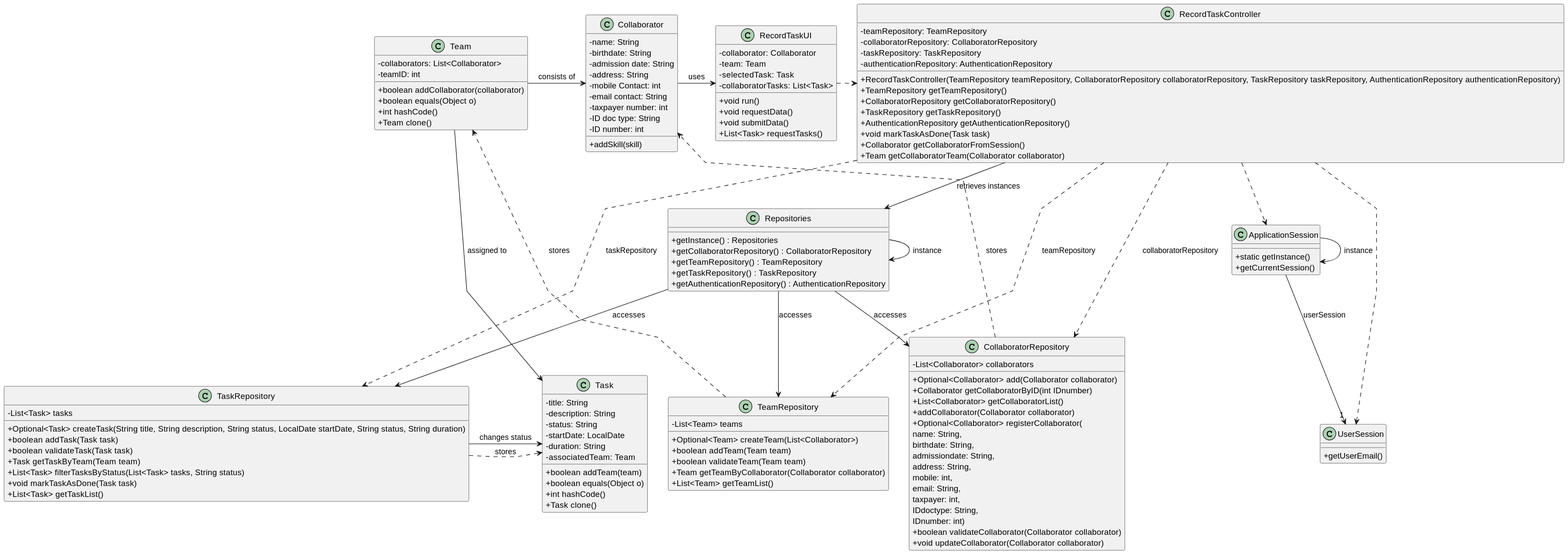
The PlantUML diagram docs/sprint3/us029/03.design/svg/us029-class-diagram.svg in tiagosoa/lei-24-s2-1dgh-g073, before a commit.
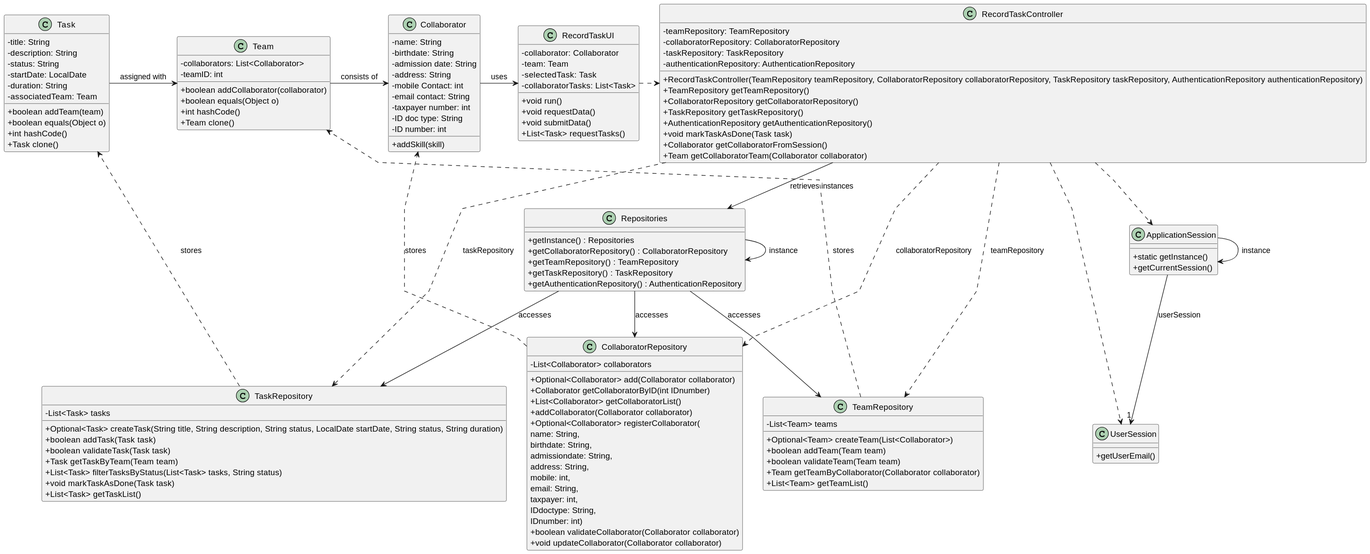
Later version of the same file.

Change to the diagram source:
```diff
@@ -117,10 +117,9 @@
        + List<Team> getTeamList()
 }
 
-Team -> Task: assigned to
+Task -> Team: assigned with
 Team -> Collaborator: consists of
 Collaborator -> RecordTaskUI: uses
-TaskRepository -> Task: changes status
 
 Repositories -> Repositories : instance
 ApplicationSession -> ApplicationSession : instance
```
